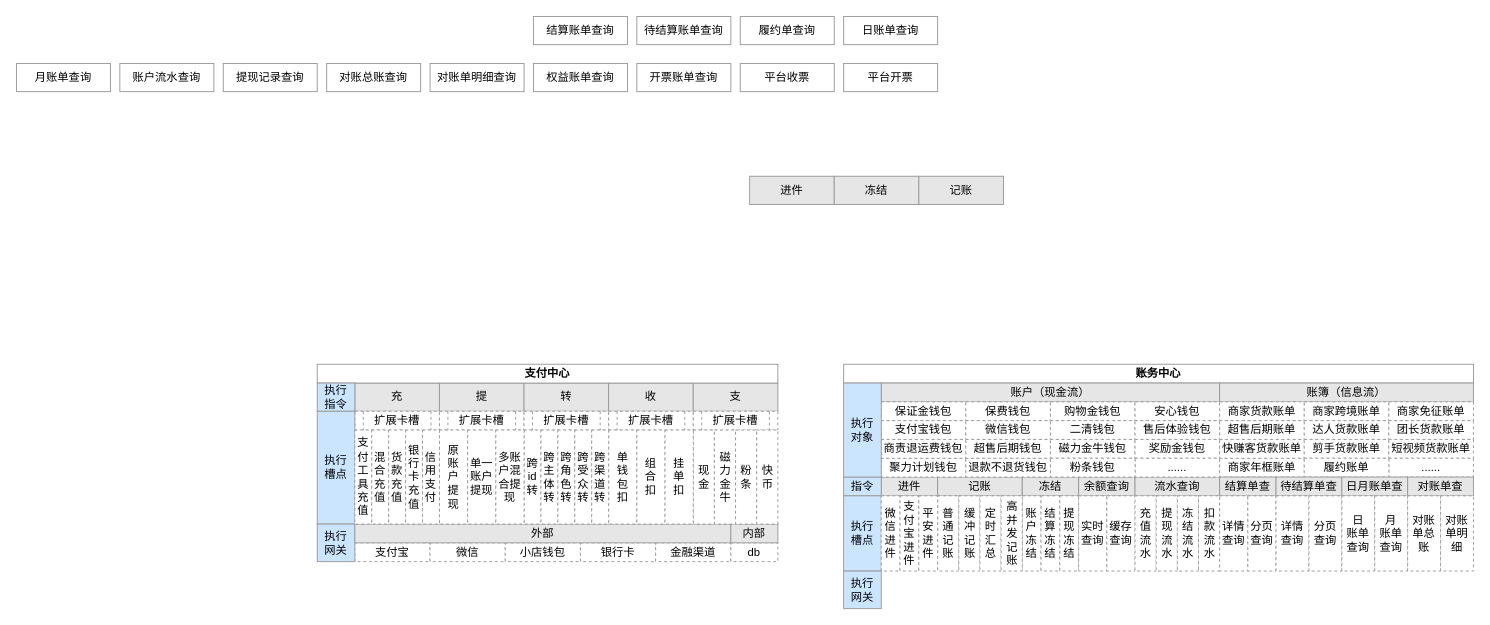
leopardlz/lz_document keeps this draw.io diagram as kuaishou/funds/资金2024大图.drawio. Above is the earlier version. Source tidied: cells renumbered, new cells numbered last; positions are measured from the earlier drawing's top-left corner, leaving out a move shared by most shapes. Both pictures are drawn from the tidied source at 94%, with x=0, y=0 at pixel (16, 16).
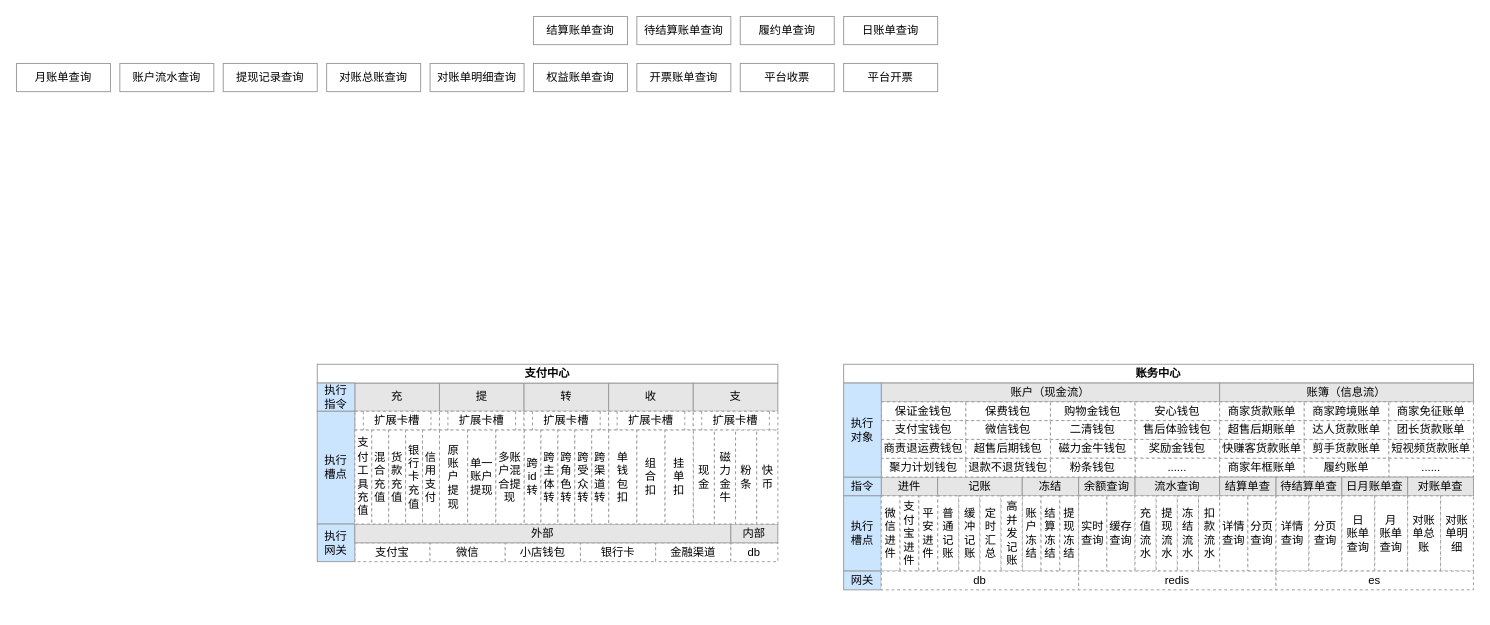
Above is the later version.

Commit message (it also covers changes not shown here):
更新资金2024大图.drawio

The edit, as a diff of the source:
```diff
@@
-    <mxCell id="45" value="执行&lt;br&gt;网关" style="rounded=0;whiteSpace=wrap;html=1;strokeColor=#999999;fillColor=#CCE5FF;fontColor=#000000;" parent="1" vertex="1">
-      <mxGeometry x="880" y="590" width="40" height="40" as="geometry" />
+    <mxCell id="45" value="网关" style="rounded=0;whiteSpace=wrap;html=1;strokeColor=#999999;fillColor=#CCE5FF;fontColor=#000000;" parent="1" vertex="1">
+      <mxGeometry x="880" y="590" width="40" height="20" as="geometry" />
     </mxCell>
@@
-    <mxCell id="47" value="进件" style="rounded=0;whiteSpace=wrap;html=1;strokeColor=#999999;fillColor=#E6E6E6;" parent="1" vertex="1">
-      <mxGeometry x="780" y="170" width="90" height="30" as="geometry" />
-    </mxCell>
-    <mxCell id="48" value="冻结" style="rounded=0;whiteSpace=wrap;html=1;strokeColor=#999999;fillColor=#E6E6E6;" parent="1" vertex="1">
-      <mxGeometry x="870" y="170" width="90" height="30" as="geometry" />
-    </mxCell>
-    <mxCell id="49" value="记账" style="rounded=0;whiteSpace=wrap;html=1;strokeColor=#999999;fillColor=#E6E6E6;" parent="1" vertex="1">
-      <mxGeometry x="960" y="170" width="90" height="30" as="geometry" />
-    </mxCell>
@@
+    <mxCell id="134" value="db" style="rounded=0;whiteSpace=wrap;html=1;strokeColor=#999999;fillColor=#FFFFFF;dashed=1;" parent="1" vertex="1">
+      <mxGeometry x="920" y="590" width="210" height="20" as="geometry" />
+    </mxCell>
+    <mxCell id="135" value="redis" style="rounded=0;whiteSpace=wrap;html=1;strokeColor=#999999;fillColor=#FFFFFF;dashed=1;" parent="1" vertex="1">
+      <mxGeometry x="1130" y="590" width="210" height="20" as="geometry" />
+    </mxCell>
+    <mxCell id="136" value="es" style="rounded=0;whiteSpace=wrap;html=1;strokeColor=#999999;fillColor=#FFFFFF;dashed=1;" parent="1" vertex="1">
+      <mxGeometry x="1340" y="590" width="210" height="20" as="geometry" />
+    </mxCell>
```
